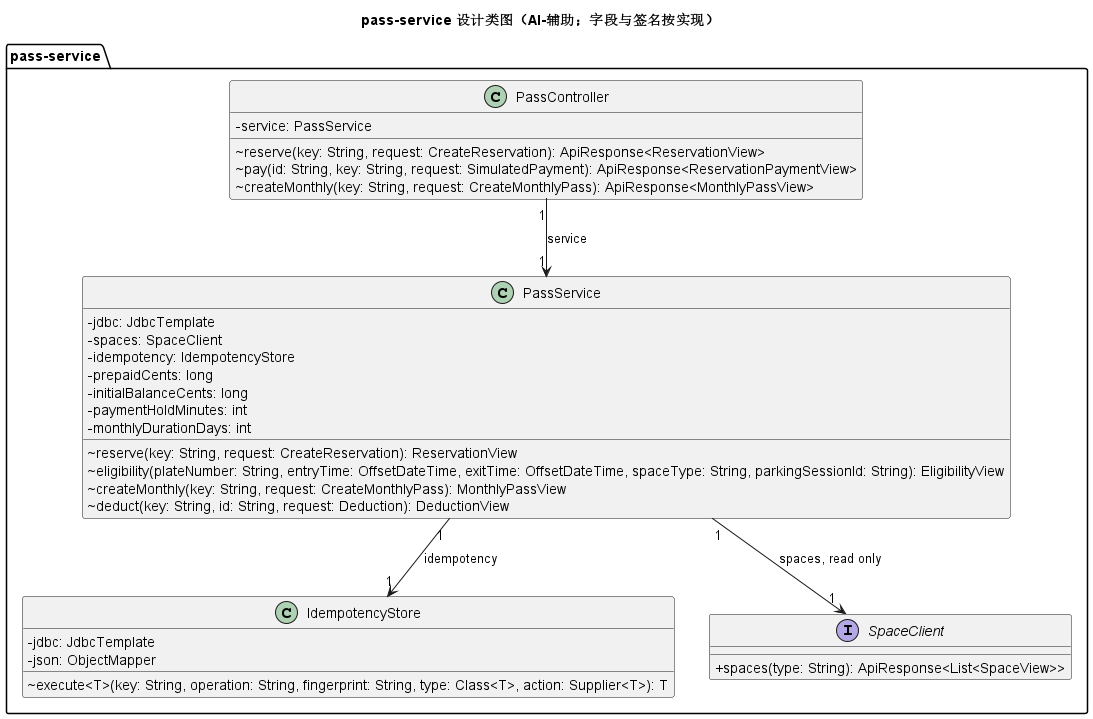
This is models/rendered/15-design-classes_003.png from Gindama713/UMLWORK, a PlantUML export, as it was before one commit.
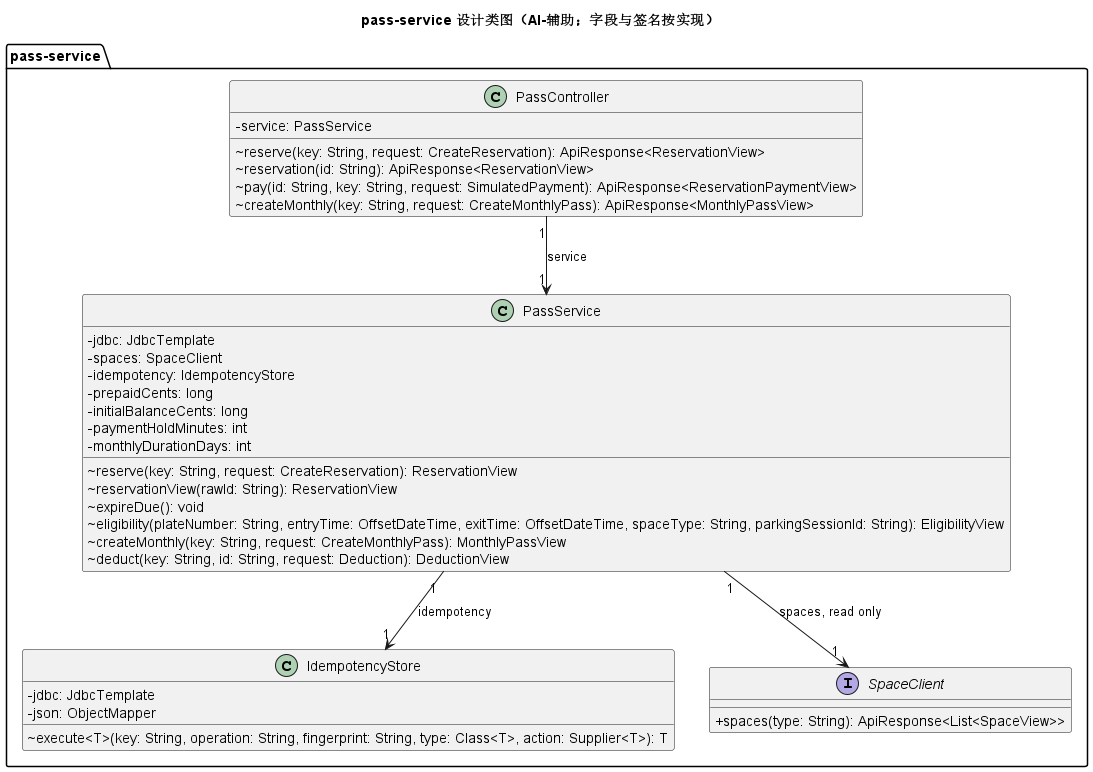
Later version of the same file.

Change to the diagram source:
```diff
@@ -5,6 +5,7 @@
   class PassController {
     -service: PassService
     ~reserve(key: String, request: CreateReservation): ApiResponse<ReservationView>
+    ~reservation(id: String): ApiResponse<ReservationView>
     ~pay(id: String, key: String, request: SimulatedPayment): ApiResponse<ReservationPaymentView>
     ~createMonthly(key: String, request: CreateMonthlyPass): ApiResponse<MonthlyPassView>
   }
@@ -17,6 +18,8 @@
     -paymentHoldMinutes: int
     -monthlyDurationDays: int
     ~reserve(key: String, request: CreateReservation): ReservationView
+    ~reservationView(rawId: String): ReservationView
+    ~expireDue(): void
     ~eligibility(plateNumber: String, entryTime: OffsetDateTime, exitTime: OffsetDateTime, spaceType: String, parkingSessionId: String): EligibilityView
     ~createMonthly(key: String, request: CreateMonthlyPass): MonthlyPassView
     ~deduct(key: String, id: String, request: Deduction): DeductionView
```
